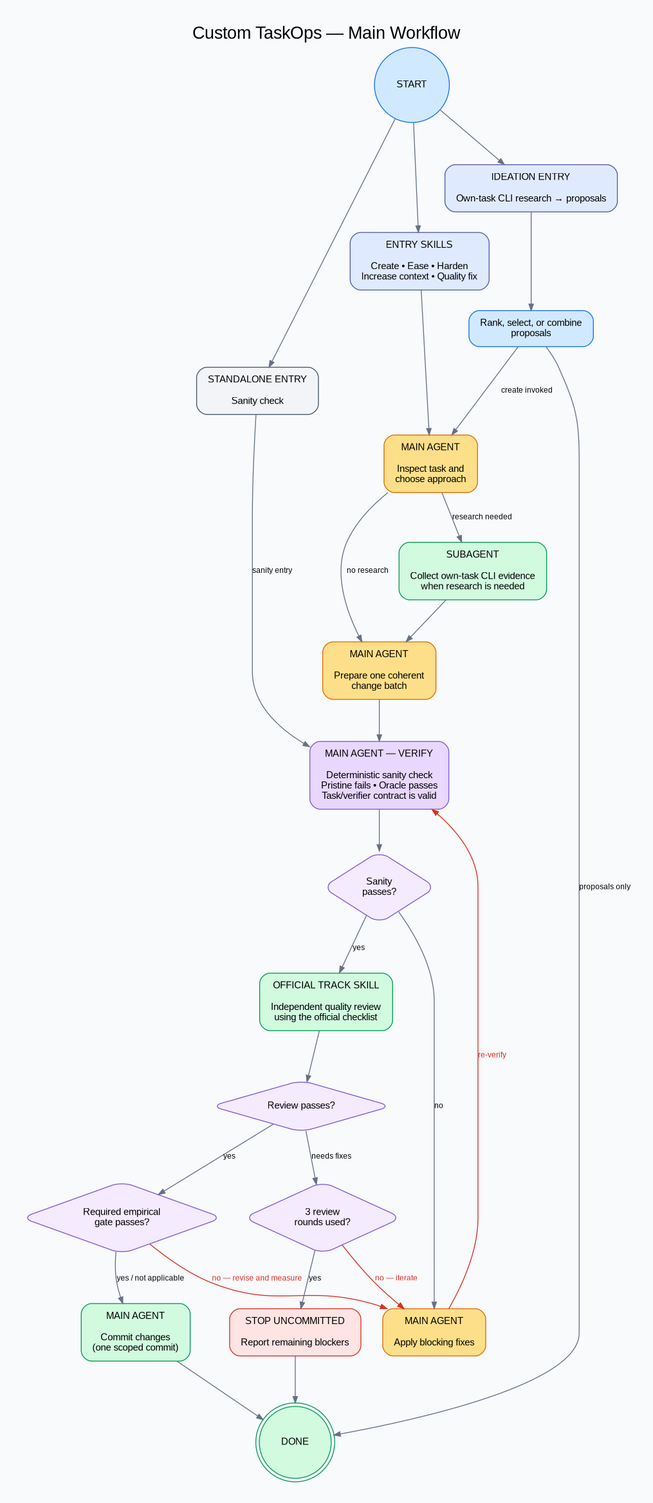
The Graphviz diagram docs/taskops-workflow.png in hrnmeta/custom-taskops, before a commit. Its source is kept beside it as docs/taskops-workflow.dot.
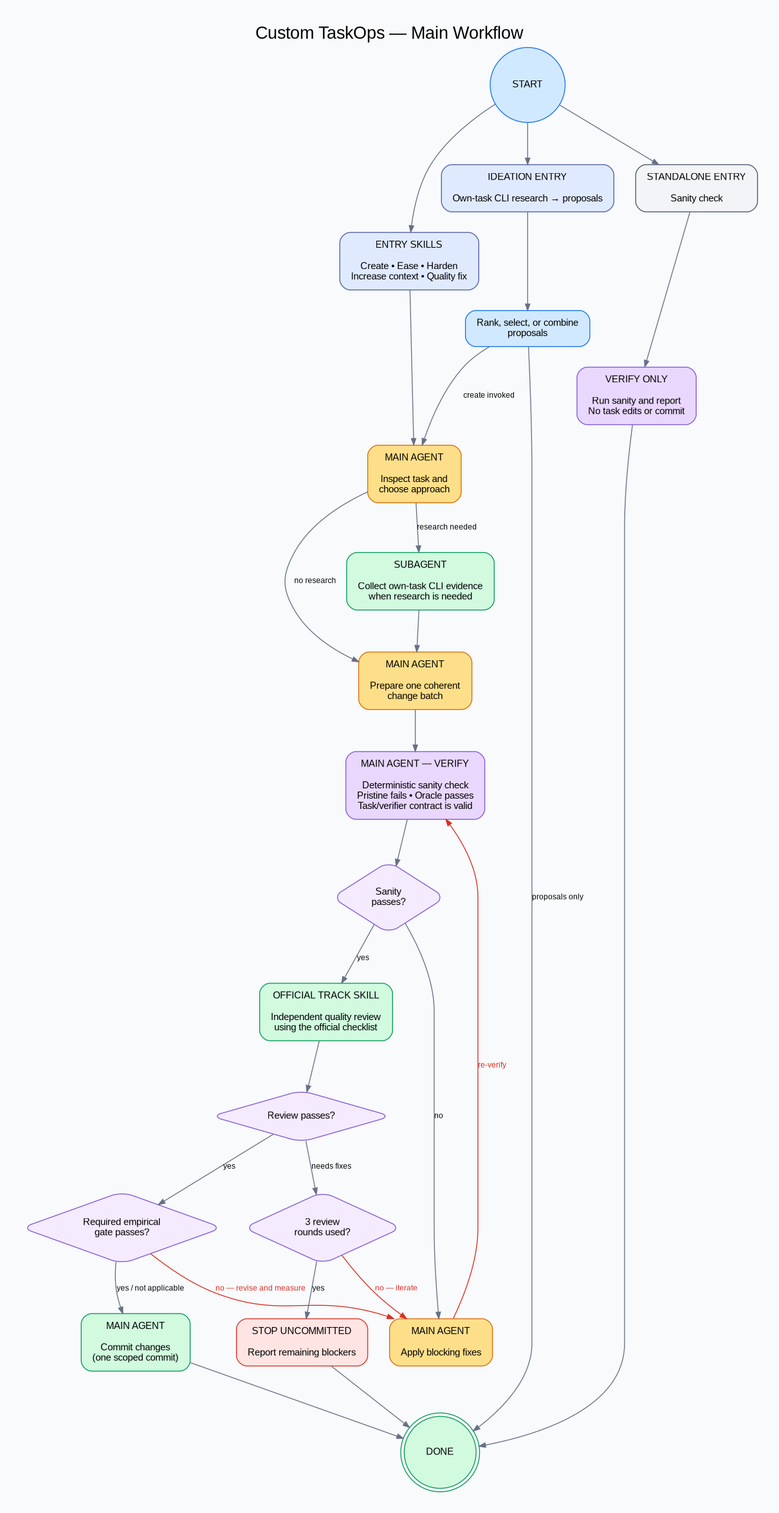
Above is the later version.

The edit, as a diff of the source:
```diff
@@ -7,6 +7,7 @@
 
   entries [label="ENTRY SKILLS\n\nCreate • Ease • Harden\nIncrease context • Quality fix", fillcolor="#E0EAFF", color="#4E5BA6"];
   direct [label="STANDALONE ENTRY\n\nSanity check", fillcolor="#F2F4F7"];
+  standalone_sanity [label="VERIFY ONLY\n\nRun sanity and report\nNo task edits or commit", fillcolor="#E9D7FE", color="#7F56D9"];
   ideate [label="IDEATION ENTRY\n\nOwn-task CLI research → proposals", fillcolor="#E0EAFF", color="#4E5BA6"];
 
   inspect [label="MAIN AGENT\n\nInspect task and\nchoose approach", fillcolor="#FEDF89", color="#DC6803"];
@@ -38,7 +39,8 @@
   inspect -> edit [label="no research"];
   research -> edit;
   edit -> sanity;
-  direct -> sanity [label="sanity entry"];
+  direct -> standalone_sanity;
+  standalone_sanity -> done;
 
   sanity -> sanity_ok;
   sanity_ok -> reviewer [label="yes"];
```
